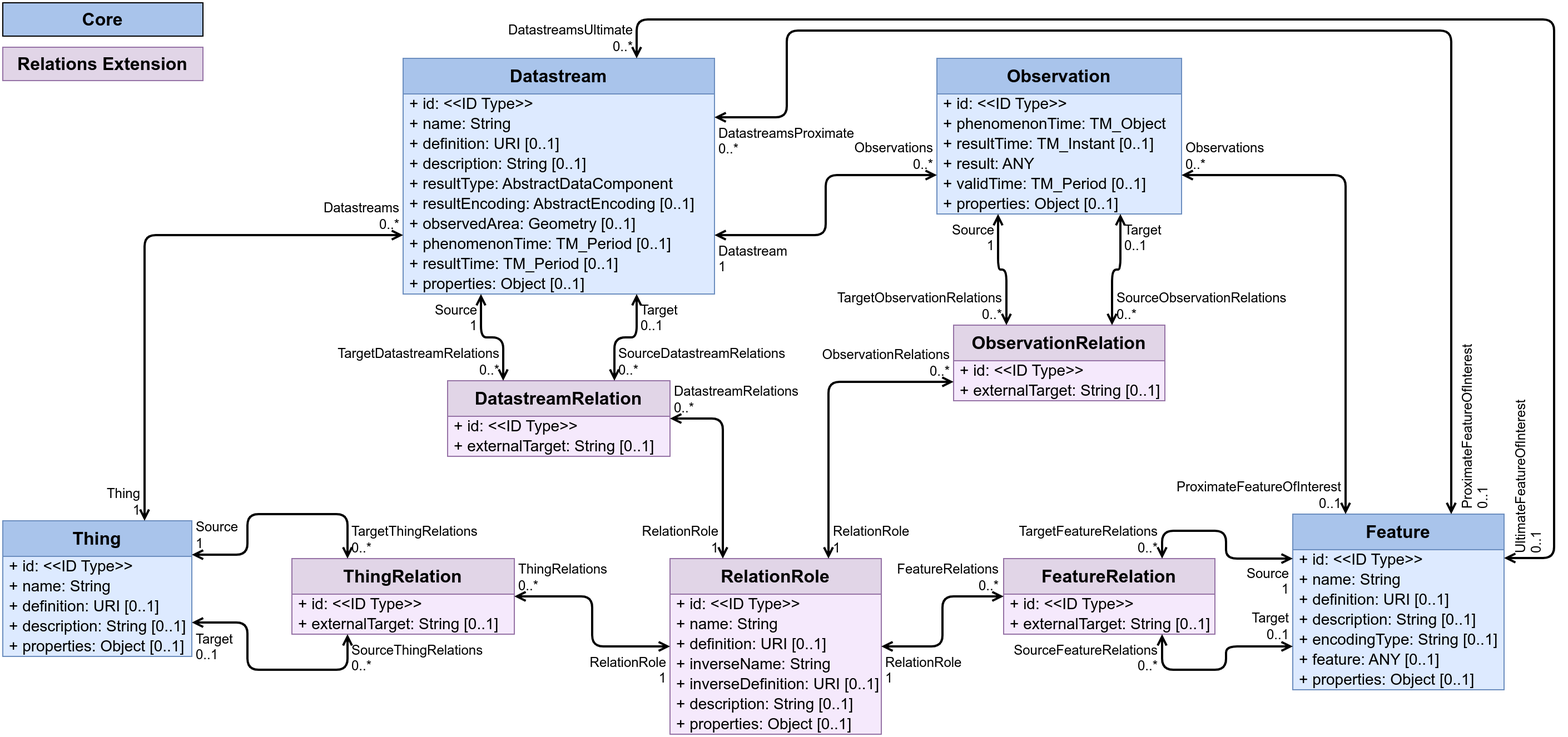
The draw.io diagram figures/Datamodel-SensorThingsApi-V2-Relations.drawio.png in opengeospatial/sensorthings, before a commit. Source tidied: cells renumbered, new cells last; positions are measured from the earlier drawing's top-left corner, leaving out a move shared by most shapes.
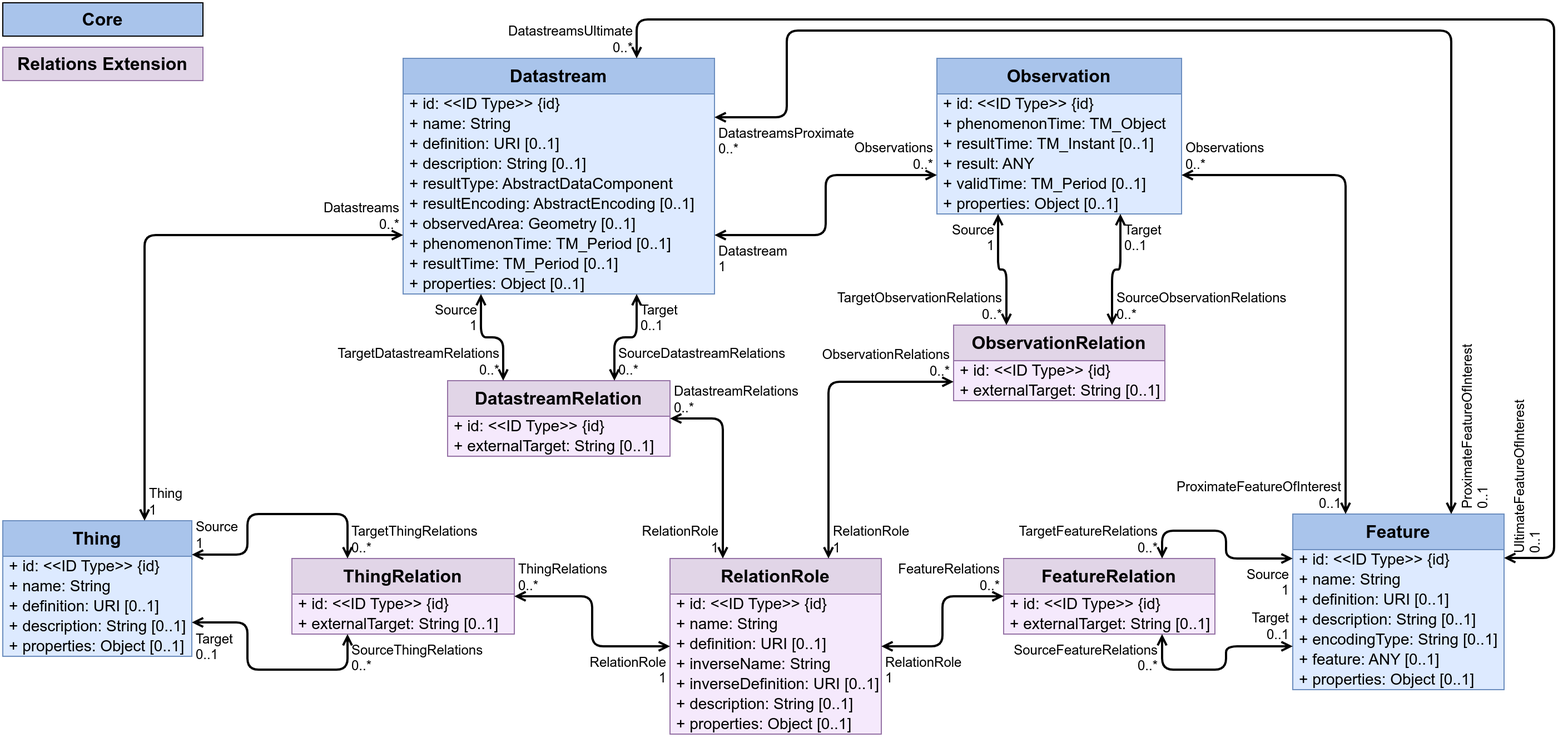
Later version of the same file.

Change to the diagram source:
```diff
@@ -5,7 +5,7 @@
     <mxCell id="2" value="Datastream" style="swimlane;fontStyle=1;horizontal=1;startSize=32;fontSize=16;whiteSpace=wrap;html=1;fillColor=#A9C4EB;strokeColor=#6c8ebf;swimlaneFillColor=#DDEAFF;verticalAlign=top;" parent="1" vertex="1">
       <mxGeometry x="360" y="50" width="280" height="212" as="geometry" />
     </mxCell>
-    <mxCell id="3" value="+ id: &amp;lt;&amp;lt;ID Type&amp;gt;&amp;gt;" style="text;strokeColor=none;fillColor=none;align=left;verticalAlign=middle;spacingLeft=4;spacingRight=4;overflow=visible;html=1;fontSize=14;" parent="2" vertex="1">
+    <mxCell id="3" value="+ id: &amp;lt;&amp;lt;ID Type&amp;gt;&amp;gt;&amp;nbsp;{id}" style="text;strokeColor=none;fillColor=none;align=left;verticalAlign=middle;spacingLeft=4;spacingRight=4;overflow=visible;html=1;fontSize=14;" parent="2" vertex="1">
       <mxGeometry y="32" width="280" height="18" as="geometry" />
     </mxCell>
     <mxCell id="4" value="+ name: String" style="text;strokeColor=none;fillColor=none;align=left;verticalAlign=middle;spacingLeft=4;spacingRight=4;overflow=visible;html=1;fontSize=14;" parent="2" vertex="1">
@@ -38,7 +38,7 @@
     <mxCell id="13" value="Feature" style="swimlane;fontStyle=1;horizontal=1;startSize=32;fontSize=16;whiteSpace=wrap;html=1;fillColor=#A9C4EB;strokeColor=#6c8ebf;swimlaneFillColor=#DDEAFF;verticalAlign=top;" parent="1" vertex="1">
       <mxGeometry x="1160" y="460" width="190" height="158" as="geometry" />
     </mxCell>
-    <mxCell id="14" value="+ id: &amp;lt;&amp;lt;ID Type&amp;gt;&amp;gt;" style="text;strokeColor=none;fillColor=none;align=left;verticalAlign=middle;spacingLeft=4;spacingRight=4;overflow=visible;html=1;fontSize=14;" parent="13" vertex="1">
+    <mxCell id="14" value="+ id: &amp;lt;&amp;lt;ID Type&amp;gt;&amp;gt;&amp;nbsp;{id}" style="text;strokeColor=none;fillColor=none;align=left;verticalAlign=middle;spacingLeft=4;spacingRight=4;overflow=visible;html=1;fontSize=14;" parent="13" vertex="1">
       <mxGeometry y="32" width="190" height="18" as="geometry" />
     </mxCell>
     <mxCell id="15" value="+ name: String" style="text;strokeColor=none;fillColor=none;align=left;verticalAlign=middle;spacingLeft=4;spacingRight=4;overflow=visible;html=1;fontSize=14;" parent="13" vertex="1">
@@ -77,7 +77,7 @@
     <mxCell id="24" value="Observation" style="swimlane;fontStyle=1;horizontal=1;startSize=32;fontSize=16;whiteSpace=wrap;html=1;fillColor=#A9C4EB;strokeColor=#6c8ebf;swimlaneFillColor=#DDEAFF;verticalAlign=top;" parent="1" vertex="1">
       <mxGeometry x="840" y="50" width="220" height="140" as="geometry" />
     </mxCell>
-    <mxCell id="25" value="+ id: &amp;lt;&amp;lt;ID Type&amp;gt;&amp;gt;" style="text;strokeColor=none;fillColor=none;align=left;verticalAlign=middle;spacingLeft=4;spacingRight=4;overflow=visible;html=1;fontSize=14;" parent="24" vertex="1">
+    <mxCell id="25" value="+ id: &amp;lt;&amp;lt;ID Type&amp;gt;&amp;gt;&amp;nbsp;{id}" style="text;strokeColor=none;fillColor=none;align=left;verticalAlign=middle;spacingLeft=4;spacingRight=4;overflow=visible;html=1;fontSize=14;" parent="24" vertex="1">
       <mxGeometry y="32" width="220" height="18" as="geometry" />
     </mxCell>
     <mxCell id="26" value="+&amp;nbsp;phenomenonTime: TM_Object" style="text;strokeColor=none;fillColor=none;align=left;verticalAlign=middle;spacingLeft=4;spacingRight=4;overflow=visible;html=1;fontSize=14;" parent="24" vertex="1">
@@ -116,7 +116,7 @@
     <mxCell id="37" value="DatastreamRelation" style="swimlane;fontStyle=1;horizontal=1;startSize=32;fontSize=16;whiteSpace=wrap;html=1;fillColor=#e1d5e7;strokeColor=#9673a6;swimlaneFillColor=#F5E9FC;" parent="1" vertex="1">
       <mxGeometry x="400" y="340" width="200" height="68" as="geometry" />
     </mxCell>
-    <mxCell id="38" value="+ id: &amp;lt;&amp;lt;ID Type&amp;gt;&amp;gt;" style="text;strokeColor=none;fillColor=none;align=left;verticalAlign=middle;spacingLeft=4;spacingRight=4;overflow=visible;html=1;fontSize=14;" parent="37" vertex="1">
+    <mxCell id="38" value="+ id: &amp;lt;&amp;lt;ID Type&amp;gt;&amp;gt;&amp;nbsp;{id}" style="text;strokeColor=none;fillColor=none;align=left;verticalAlign=middle;spacingLeft=4;spacingRight=4;overflow=visible;html=1;fontSize=14;" parent="37" vertex="1">
       <mxGeometry y="32" width="200" height="18" as="geometry" />
     </mxCell>
     <mxCell id="39" value="+ externalTarget: String&amp;nbsp;[0..1]" style="text;strokeColor=none;fillColor=none;align=left;verticalAlign=middle;spacingLeft=4;spacingRight=4;overflow=visible;html=1;fontSize=14;" parent="37" vertex="1">
@@ -143,7 +143,7 @@
     <mxCell id="46" value="FeatureRelation" style="swimlane;fontStyle=1;horizontal=1;startSize=32;fontSize=16;whiteSpace=wrap;html=1;fillColor=#e1d5e7;strokeColor=#9673a6;swimlaneFillColor=#F5E9FC;" parent="1" vertex="1">
       <mxGeometry x="900" y="500" width="190" height="68" as="geometry" />
     </mxCell>
-    <mxCell id="47" value="+ id: &amp;lt;&amp;lt;ID Type&amp;gt;&amp;gt;" style="text;strokeColor=none;fillColor=none;align=left;verticalAlign=middle;spacingLeft=4;spacingRight=4;overflow=visible;html=1;fontSize=14;" parent="46" vertex="1">
+    <mxCell id="47" value="+ id: &amp;lt;&amp;lt;ID Type&amp;gt;&amp;gt;&amp;nbsp;{id}" style="text;strokeColor=none;fillColor=none;align=left;verticalAlign=middle;spacingLeft=4;spacingRight=4;overflow=visible;html=1;fontSize=14;" parent="46" vertex="1">
       <mxGeometry y="32" width="190" height="18" as="geometry" />
     </mxCell>
     <mxCell id="48" value="+ externalTarget: String&amp;nbsp;[0..1]" style="text;strokeColor=none;fillColor=none;align=left;verticalAlign=middle;spacingLeft=4;spacingRight=4;overflow=visible;html=1;fontSize=14;" parent="46" vertex="1">
@@ -184,7 +184,7 @@
     <mxCell id="55" value="ObservationRelation" style="swimlane;fontStyle=1;horizontal=1;startSize=32;fontSize=16;whiteSpace=wrap;html=1;fillColor=#e1d5e7;strokeColor=#9673a6;swimlaneFillColor=#F5E9FC;" parent="1" vertex="1">
       <mxGeometry x="855" y="290" width="190" height="68" as="geometry" />
     </mxCell>
-    <mxCell id="56" value="+ id: &amp;lt;&amp;lt;ID Type&amp;gt;&amp;gt;" style="text;strokeColor=none;fillColor=none;align=left;verticalAlign=middle;spacingLeft=4;spacingRight=4;overflow=visible;html=1;fontSize=14;" parent="55" vertex="1">
+    <mxCell id="56" value="+ id: &amp;lt;&amp;lt;ID Type&amp;gt;&amp;gt;&amp;nbsp;{id}" style="text;strokeColor=none;fillColor=none;align=left;verticalAlign=middle;spacingLeft=4;spacingRight=4;overflow=visible;html=1;fontSize=14;" parent="55" vertex="1">
       <mxGeometry y="32" width="190" height="18" as="geometry" />
     </mxCell>
     <mxCell id="57" value="+ externalTarget: String&amp;nbsp;[0..1]" style="text;strokeColor=none;fillColor=none;align=left;verticalAlign=middle;spacingLeft=4;spacingRight=4;overflow=visible;html=1;fontSize=14;" parent="55" vertex="1">
@@ -211,7 +211,7 @@
     <mxCell id="64" value="ThingRelation" style="swimlane;fontStyle=1;horizontal=1;startSize=32;fontSize=16;whiteSpace=wrap;html=1;fillColor=#e1d5e7;strokeColor=#9673a6;swimlaneFillColor=#F5E9FC;" parent="1" vertex="1">
       <mxGeometry x="260" y="500" width="200" height="68" as="geometry" />
     </mxCell>
-    <mxCell id="65" value="+ id: &amp;lt;&amp;lt;ID Type&amp;gt;&amp;gt;" style="text;strokeColor=none;fillColor=none;align=left;verticalAlign=middle;spacingLeft=4;spacingRight=4;overflow=visible;html=1;fontSize=14;" parent="64" vertex="1">
+    <mxCell id="65" value="+ id: &amp;lt;&amp;lt;ID Type&amp;gt;&amp;gt;&amp;nbsp;{id}" style="text;strokeColor=none;fillColor=none;align=left;verticalAlign=middle;spacingLeft=4;spacingRight=4;overflow=visible;html=1;fontSize=14;" parent="64" vertex="1">
       <mxGeometry y="32" width="200" height="18" as="geometry" />
     </mxCell>
     <mxCell id="66" value="+ externalTarget: String&amp;nbsp;[0..1]" style="text;strokeColor=none;fillColor=none;align=left;verticalAlign=middle;spacingLeft=4;spacingRight=4;overflow=visible;html=1;fontSize=14;" parent="64" vertex="1">
@@ -220,7 +220,7 @@
     <mxCell id="67" value="RelationRole" style="swimlane;fontStyle=1;horizontal=1;startSize=32;fontSize=16;whiteSpace=wrap;html=1;fillColor=#e1d5e7;strokeColor=#9673a6;swimlaneFillColor=#F5E9FC;" parent="1" vertex="1">
       <mxGeometry x="600" y="500" width="190" height="158" as="geometry" />
     </mxCell>
-    <mxCell id="68" value="+ id:&amp;nbsp;&amp;lt;&amp;lt;ID Type&amp;gt;&amp;gt;" style="text;strokeColor=none;fillColor=none;align=left;verticalAlign=middle;spacingLeft=4;spacingRight=4;overflow=visible;html=1;fontSize=14;" parent="67" vertex="1">
+    <mxCell id="68" value="+ id:&amp;nbsp;&amp;lt;&amp;lt;ID Type&amp;gt;&amp;gt;&amp;nbsp;{id}" style="text;strokeColor=none;fillColor=none;align=left;verticalAlign=middle;spacingLeft=4;spacingRight=4;overflow=visible;html=1;fontSize=14;" parent="67" vertex="1">
       <mxGeometry y="32" width="190" height="18" as="geometry" />
     </mxCell>
     <mxCell id="69" value="+ name: String" style="text;strokeColor=none;fillColor=none;align=left;verticalAlign=middle;spacingLeft=4;spacingRight=4;overflow=visible;html=1;fontSize=14;" parent="67" vertex="1">
@@ -280,7 +280,7 @@
     <mxCell id="87" value="Thing" style="swimlane;fontStyle=1;horizontal=1;startSize=32;fontSize=16;whiteSpace=wrap;html=1;fillColor=#A9C4EB;strokeColor=#6c8ebf;swimlaneFillColor=#DDEAFF;verticalAlign=top;" parent="1" vertex="1">
       <mxGeometry y="466" width="170" height="122" as="geometry" />
     </mxCell>
-    <mxCell id="88" value="+ id: &amp;lt;&amp;lt;ID Type&amp;gt;&amp;gt;" style="text;strokeColor=none;fillColor=none;align=left;verticalAlign=middle;spacingLeft=4;spacingRight=4;overflow=visible;html=1;fontSize=14;" parent="87" vertex="1">
+    <mxCell id="88" value="+ id: &amp;lt;&amp;lt;ID Type&amp;gt;&amp;gt; {id}" style="text;strokeColor=none;fillColor=none;align=left;verticalAlign=middle;spacingLeft=4;spacingRight=4;overflow=visible;html=1;fontSize=14;" parent="87" vertex="1">
       <mxGeometry y="32" width="170" height="18" as="geometry" />
     </mxCell>
     <mxCell id="89" value="+ name: String" style="text;strokeColor=none;fillColor=none;align=left;verticalAlign=middle;spacingLeft=4;spacingRight=4;overflow=visible;html=1;fontSize=14;" parent="87" vertex="1">
@@ -328,7 +328,7 @@
     <mxCell id="99" style="endArrow=open;startArrow=open;html=1;rounded=1;edgeStyle=orthogonalEdgeStyle;entryX=0;entryY=0.75;entryDx=0;entryDy=0;exitX=0.75;exitY=0;exitDx=0;exitDy=0;curved=0;strokeWidth=2;startFill=0;endFill=0;" parent="1" edge="1" source="87" target="2">
       <mxGeometry relative="1" as="geometry" />
     </mxCell>
-    <mxCell id="100" value="Thing&lt;br&gt;1" style="edgeLabel;html=1;align=right;verticalAlign=bottom;labelBackgroundColor=none;fontSize=12;spacingLeft=1;spacing=3;spacingRight=2;" parent="99" vertex="1">
+    <mxCell id="100" value="Thing&lt;br&gt;1" style="edgeLabel;html=1;align=left;verticalAlign=bottom;labelBackgroundColor=none;fontSize=12;spacingLeft=1;spacing=3;spacingRight=2;" parent="99" vertex="1">
       <mxGeometry x="-1" relative="1" as="geometry" />
     </mxCell>
     <mxCell id="101" value="Datastreams&lt;br&gt;0..*" style="edgeLabel;html=1;align=right;verticalAlign=bottom;labelBackgroundColor=none;fontSize=12;spacingLeft=1;spacing=3;spacingRight=2;" parent="99" vertex="1">
```
